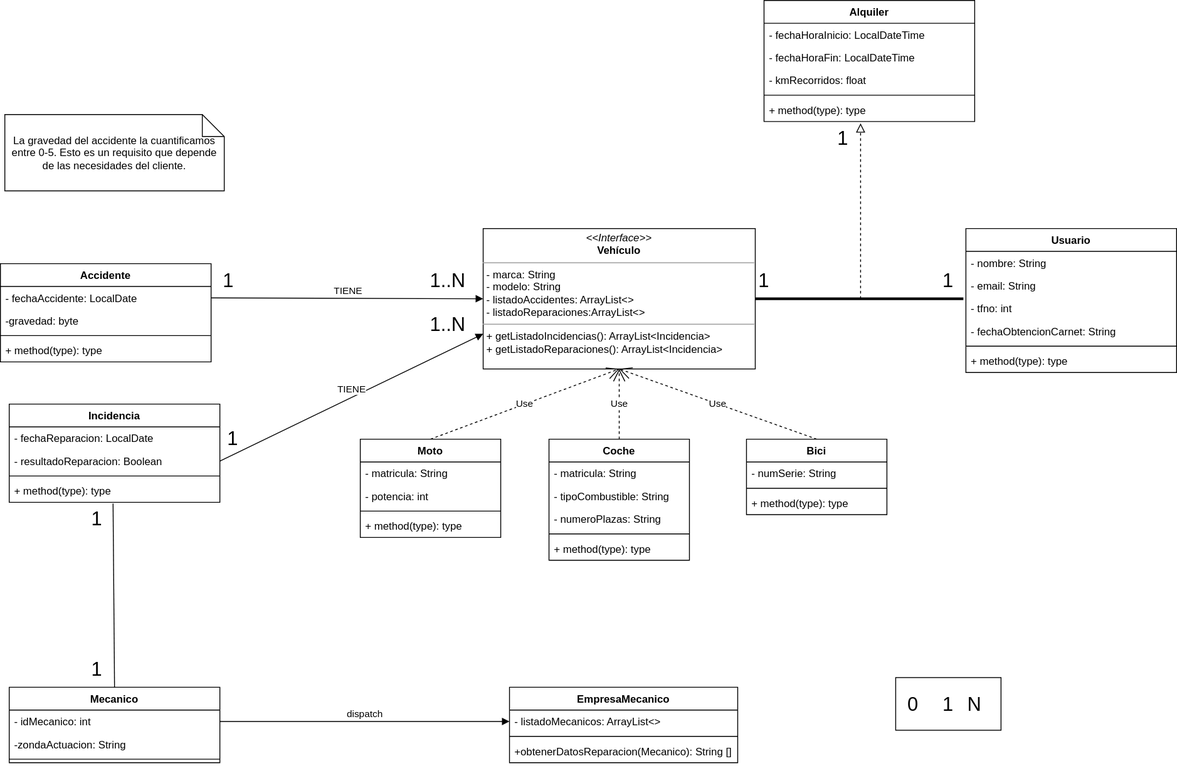
Earlier version of the draw.io export 02_Segundo Trimestre/Examen-Tercer_Trimestre/Ejercicio_01/Diagramas UML/UML-Ejercicio1-Parte1.drawio.svg (MateoCarballo/Contornos). Source tidied: cells renumbered, new cells last; positions are measured from the earlier drawing's top-left corner, leaving out a move shared by most shapes.
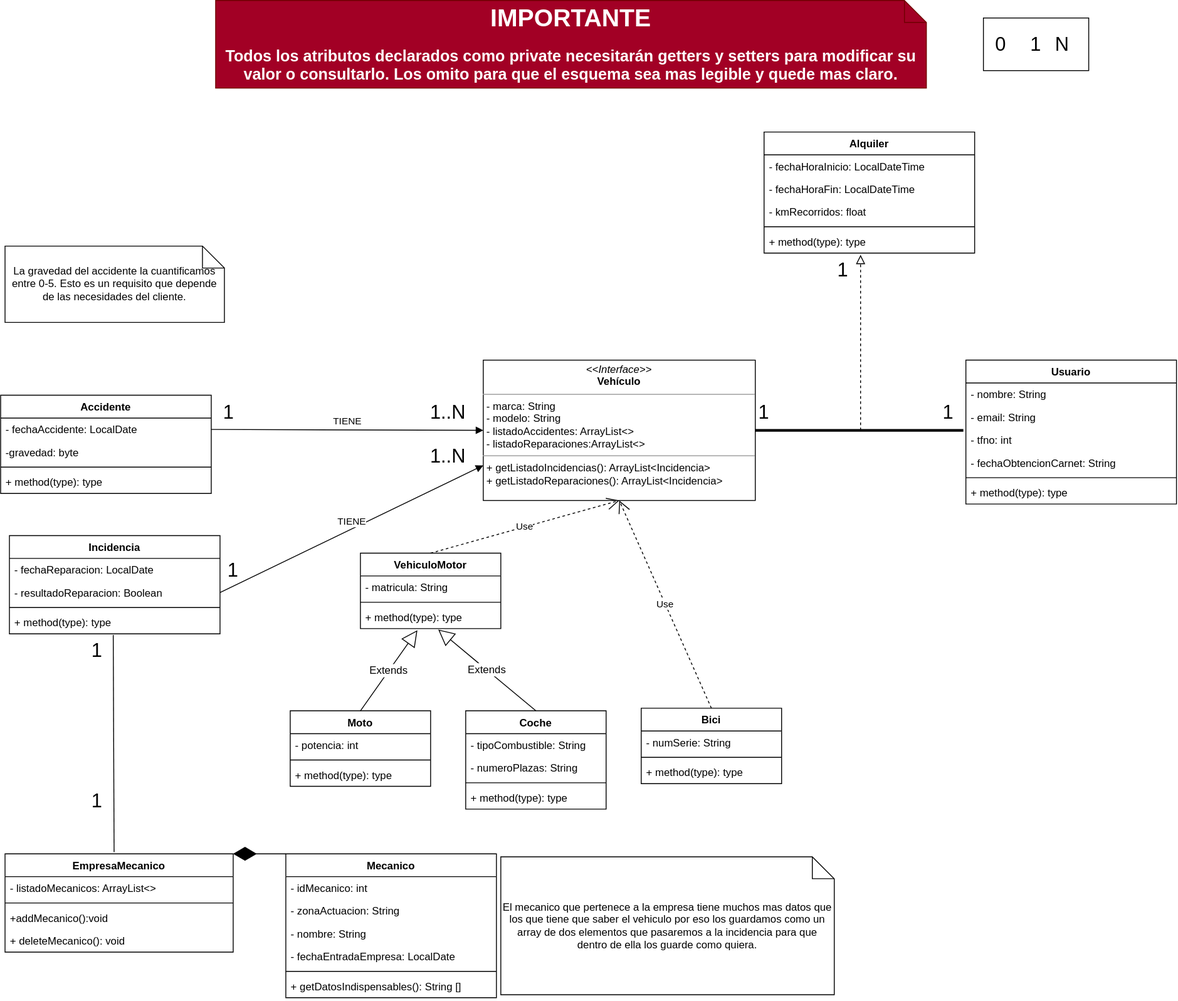
The same diagram one commit later.

Commit message:
Seguimos trabajando en el UML

Diff of the diagram source:
```diff
@@ -3,40 +3,34 @@
     <mxCell id="0" />
     <mxCell id="1" parent="0" />
     <mxCell id="2" value="Moto&#10;" style="swimlane;fontStyle=1;align=center;verticalAlign=top;horizontal=1;startSize=26;labelBackgroundColor=none;labelBorderColor=none;swimlaneFillColor=default;" parent="1" vertex="1">
-      <mxGeometry x="410" y="500" width="160" height="112" as="geometry" />
+      <mxGeometry x="330" y="659.8" width="160" height="86" as="geometry" />
     </mxCell>
-    <mxCell id="3" value="- matricula: String" style="text;strokeColor=none;fillColor=none;align=left;verticalAlign=top;spacingLeft=4;spacingRight=4;overflow=hidden;labelBackgroundColor=default;" parent="2" vertex="1">
-      <mxGeometry y="26" width="160" height="26" as="geometry" />
-    </mxCell>
     <mxCell id="4" value="- potencia: int" style="text;strokeColor=none;fillColor=none;align=left;verticalAlign=top;spacingLeft=4;spacingRight=4;overflow=hidden;labelBackgroundColor=default;" parent="2" vertex="1">
-      <mxGeometry y="52" width="160" height="26" as="geometry" />
+      <mxGeometry y="26" width="160" height="26" as="geometry" />
     </mxCell>
     <mxCell id="5" style="line;strokeWidth=1;fillColor=none;align=left;verticalAlign=middle;spacingTop=-1;spacingLeft=3;spacingRight=3;labelPosition=right;strokeColor=inherit;" parent="2" vertex="1">
-      <mxGeometry y="78" width="160" height="8" as="geometry" />
+      <mxGeometry y="52" width="160" height="8" as="geometry" />
     </mxCell>
     <mxCell id="6" value="+ method(type): type" style="text;strokeColor=none;fillColor=none;align=left;verticalAlign=top;spacingLeft=4;spacingRight=4;overflow=hidden;" parent="2" vertex="1">
-      <mxGeometry y="86" width="160" height="26" as="geometry" />
+      <mxGeometry y="60" width="160" height="26" as="geometry" />
     </mxCell>
     <mxCell id="7" value="Coche" style="swimlane;fontStyle=1;align=center;verticalAlign=top;horizontal=1;startSize=26;labelBackgroundColor=none;labelBorderColor=none;swimlaneFillColor=default;" parent="1" vertex="1">
-      <mxGeometry x="625" y="500" width="160" height="138" as="geometry" />
+      <mxGeometry x="530" y="659.8" width="160" height="112" as="geometry" />
     </mxCell>
-    <mxCell id="8" value="- matricula: String " style="text;strokeColor=none;fillColor=none;align=left;verticalAlign=top;spacingLeft=4;spacingRight=4;overflow=hidden;labelBackgroundColor=default;" parent="7" vertex="1">
-      <mxGeometry y="26" width="160" height="26" as="geometry" />
-    </mxCell>
     <mxCell id="9" value="- tipoCombustible: String" style="text;strokeColor=none;fillColor=none;align=left;verticalAlign=top;spacingLeft=4;spacingRight=4;overflow=hidden;labelBackgroundColor=default;" parent="7" vertex="1">
-      <mxGeometry y="52" width="160" height="26" as="geometry" />
+      <mxGeometry y="26" width="160" height="26" as="geometry" />
     </mxCell>
     <mxCell id="10" value="- numeroPlazas: String" style="text;strokeColor=none;fillColor=none;align=left;verticalAlign=top;spacingLeft=4;spacingRight=4;overflow=hidden;labelBackgroundColor=default;" parent="7" vertex="1">
-      <mxGeometry y="78" width="160" height="26" as="geometry" />
+      <mxGeometry y="52" width="160" height="26" as="geometry" />
     </mxCell>
     <mxCell id="11" style="line;strokeWidth=1;fillColor=none;align=left;verticalAlign=middle;spacingTop=-1;spacingLeft=3;spacingRight=3;labelPosition=right;strokeColor=inherit;" parent="7" vertex="1">
-      <mxGeometry y="104" width="160" height="8" as="geometry" />
+      <mxGeometry y="78" width="160" height="8" as="geometry" />
     </mxCell>
     <mxCell id="12" value="+ method(type): type" style="text;strokeColor=none;fillColor=none;align=left;verticalAlign=top;spacingLeft=4;spacingRight=4;overflow=hidden;" parent="7" vertex="1">
-      <mxGeometry y="112" width="160" height="26" as="geometry" />
+      <mxGeometry y="86" width="160" height="26" as="geometry" />
     </mxCell>
     <mxCell id="13" value="Bici" style="swimlane;fontStyle=1;align=center;verticalAlign=top;horizontal=1;startSize=26;labelBackgroundColor=none;labelBorderColor=none;swimlaneFillColor=default;" parent="1" vertex="1">
-      <mxGeometry x="850" y="500" width="160" height="86" as="geometry" />
+      <mxGeometry x="730" y="656.8" width="160" height="86" as="geometry" />
     </mxCell>
     <mxCell id="14" value="- numSerie: String" style="text;strokeColor=none;fillColor=none;align=left;verticalAlign=top;spacingLeft=4;spacingRight=4;overflow=hidden;labelBackgroundColor=default;" parent="13" vertex="1">
       <mxGeometry y="26" width="160" height="26" as="geometry" />
@@ -134,12 +128,6 @@
         </Array>
       </mxGeometry>
     </mxCell>
-    <mxCell id="44" value="Use" style="endArrow=open;endSize=12;dashed=1;html=1;entryX=0.5;entryY=1;entryDx=0;entryDy=0;exitX=0.5;exitY=0;exitDx=0;exitDy=0;" parent="1" edge="1" source="2" target="17">
-      <mxGeometry relative="1" as="geometry" />
-    </mxCell>
-    <mxCell id="45" value="Use" style="endArrow=open;endSize=12;dashed=1;html=1;entryX=0.5;entryY=1;entryDx=0;entryDy=0;exitX=0.5;exitY=0;exitDx=0;exitDy=0;" parent="1" edge="1" source="7" target="17">
-      <mxGeometry relative="1" as="geometry" />
-    </mxCell>
     <mxCell id="46" value="Use" style="endArrow=open;endSize=12;dashed=1;html=1;entryX=0.5;entryY=1;entryDx=0;entryDy=0;exitX=0.5;exitY=0;exitDx=0;exitDy=0;" parent="1" edge="1" source="13" target="17">
       <mxGeometry relative="1" as="geometry" />
     </mxCell>
@@ -150,16 +138,16 @@
       <mxGeometry relative="1" as="geometry" />
     </mxCell>
     <mxCell id="49" style="rounded=0;whiteSpace=wrap;html=1;labelBackgroundColor=none;labelBorderColor=none;fontSize=22;fontColor=default;" parent="1" vertex="1">
-      <mxGeometry x="1020" y="771.8" width="120" height="60" as="geometry" />
+      <mxGeometry x="1120" y="-130" width="120" height="60" as="geometry" />
     </mxCell>
     <mxCell id="50" value="0" style="text;html=1;strokeColor=none;fillColor=none;align=center;verticalAlign=middle;whiteSpace=wrap;rounded=0;labelBackgroundColor=default;labelBorderColor=none;horizontal=1;fontSize=22;" parent="1" vertex="1">
-      <mxGeometry x="1020" y="782.8" width="40" height="40" as="geometry" />
+      <mxGeometry x="1120" y="-119" width="40" height="40" as="geometry" />
     </mxCell>
     <mxCell id="51" value="1" style="text;html=1;strokeColor=none;fillColor=none;align=center;verticalAlign=middle;whiteSpace=wrap;rounded=0;labelBackgroundColor=default;labelBorderColor=none;fontSize=22;" parent="1" vertex="1">
-      <mxGeometry x="1060" y="782.8" width="40" height="40" as="geometry" />
+      <mxGeometry x="1160" y="-119" width="40" height="40" as="geometry" />
     </mxCell>
     <mxCell id="52" value="N" style="text;html=1;strokeColor=none;fillColor=none;align=center;verticalAlign=middle;whiteSpace=wrap;rounded=0;labelBackgroundColor=default;labelBorderColor=none;fontSize=22;" parent="1" vertex="1">
-      <mxGeometry x="1090" y="782.8" width="40" height="40" as="geometry" />
+      <mxGeometry x="1190" y="-119" width="40" height="40" as="geometry" />
     </mxCell>
     <mxCell id="53" value="1" style="text;html=1;strokeColor=none;fillColor=none;align=center;verticalAlign=middle;whiteSpace=wrap;rounded=0;labelBackgroundColor=default;labelBorderColor=none;fontSize=22;" parent="1" vertex="1">
       <mxGeometry x="850" y="300" width="40" height="40" as="geometry" />
@@ -171,7 +159,7 @@
       <mxGeometry x="940" y="138" width="40" height="40" as="geometry" />
     </mxCell>
     <mxCell id="56" value="EmpresaMecanico" style="swimlane;fontStyle=1;align=center;verticalAlign=top;horizontal=1;startSize=26;labelBackgroundColor=none;labelBorderColor=none;swimlaneFillColor=default;" parent="1" vertex="1">
-      <mxGeometry x="580" y="782.8" width="260" height="86" as="geometry" />
+      <mxGeometry x="5" y="822.8" width="260" height="112" as="geometry" />
     </mxCell>
     <mxCell id="57" value="- listadoMecanicos: ArrayList&lt;&gt;" style="text;strokeColor=none;fillColor=none;align=left;verticalAlign=top;spacingLeft=4;spacingRight=4;overflow=hidden;points=[[0,0.5],[1,0.5]];portConstraint=eastwest;labelBackgroundColor=default;" parent="56" vertex="1">
       <mxGeometry y="26" width="260" height="26" as="geometry" />
@@ -179,25 +167,13 @@
     <mxCell id="58" style="line;strokeWidth=1;fillColor=none;align=left;verticalAlign=middle;spacingTop=-1;spacingLeft=3;spacingRight=3;labelPosition=right;strokeColor=inherit;" parent="56" vertex="1">
       <mxGeometry y="52" width="260" height="8" as="geometry" />
     </mxCell>
-    <mxCell id="59" value="+obtenerDatosReparacion(Mecanico): String []" style="text;strokeColor=none;fillColor=none;align=left;verticalAlign=top;spacingLeft=4;spacingRight=4;overflow=hidden;" parent="56" vertex="1">
+    <mxCell id="59" value="+addMecanico():void" style="text;strokeColor=none;fillColor=none;align=left;verticalAlign=top;spacingLeft=4;spacingRight=4;overflow=hidden;" parent="56" vertex="1">
       <mxGeometry y="60" width="260" height="26" as="geometry" />
     </mxCell>
-    <mxCell id="60" value="Mecanico" style="swimlane;fontStyle=1;align=center;verticalAlign=top;horizontal=1;startSize=26;labelBackgroundColor=none;labelBorderColor=none;swimlaneFillColor=default;" parent="1" vertex="1">
-      <mxGeometry x="10" y="782.8" width="240" height="86" as="geometry" />
-    </mxCell>
-    <mxCell id="61" value="- idMecanico: int " style="text;strokeColor=none;fillColor=none;align=left;verticalAlign=top;spacingLeft=4;spacingRight=4;overflow=hidden;points=[[0,0.5],[1,0.5]];portConstraint=eastwest;labelBackgroundColor=default;" parent="60" vertex="1">
-      <mxGeometry y="26" width="240" height="26" as="geometry" />
-    </mxCell>
-    <mxCell id="62" value="-zondaActuacion: String" style="text;strokeColor=none;fillColor=none;align=left;verticalAlign=top;spacingLeft=4;spacingRight=4;overflow=hidden;labelBackgroundColor=default;" parent="60" vertex="1">
-      <mxGeometry y="52" width="240" height="26" as="geometry" />
-    </mxCell>
-    <mxCell id="63" style="line;strokeWidth=1;fillColor=none;align=left;verticalAlign=middle;spacingTop=-1;spacingLeft=3;spacingRight=3;labelPosition=right;strokeColor=inherit;" parent="60" vertex="1">
-      <mxGeometry y="78" width="240" height="8" as="geometry" />
-    </mxCell>
-    <mxCell id="64" value="dispatch" style="html=1;verticalAlign=bottom;endArrow=block;exitX=1;exitY=0.5;exitDx=0;exitDy=0;entryX=0;entryY=0.5;entryDx=0;entryDy=0;" parent="1" edge="1" source="61" target="57">
-      <mxGeometry relative="1" as="geometry" />
-    </mxCell>
+    <mxCell id="72" value="+ deleteMecanico(): void" style="text;strokeColor=none;fillColor=none;align=left;verticalAlign=top;spacingLeft=4;spacingRight=4;overflow=hidden;" parent="56" vertex="1">
+      <mxGeometry y="86" width="260" height="26" as="geometry" />
+    </mxCell>
-    <mxCell id="65" style="endArrow=none;html=1;fontSize=22;fontColor=default;entryX=0.493;entryY=1.051;entryDx=0;entryDy=0;entryPerimeter=0;exitX=0.5;exitY=0;exitDx=0;exitDy=0;" parent="1" edge="1" source="60" target="35">
+    <mxCell id="65" style="endArrow=none;html=1;fontSize=22;fontColor=default;entryX=0.493;entryY=1.051;entryDx=0;entryDy=0;entryPerimeter=0;exitX=0.478;exitY=-0.017;exitDx=0;exitDy=0;exitPerimeter=0;" parent="1" edge="1" source="56" target="35">
       <mxGeometry relative="1" as="geometry" />
     </mxCell>
     <mxCell id="66" value="1" style="text;html=1;strokeColor=none;fillColor=none;align=center;verticalAlign=middle;whiteSpace=wrap;rounded=0;labelBackgroundColor=default;labelBorderColor=none;fontSize=22;" parent="1" vertex="1">
@@ -218,5 +194,56 @@
     <mxCell id="71" value="1..N" style="text;html=1;strokeColor=none;fillColor=none;align=center;verticalAlign=middle;whiteSpace=wrap;rounded=0;labelBackgroundColor=default;labelBorderColor=none;fontSize=22;" parent="1" vertex="1">
       <mxGeometry x="490" y="350" width="40" height="40" as="geometry" />
     </mxCell>
+    <mxCell id="73" style="endArrow=diamondThin;endFill=1;endSize=24;html=1;fontSize=12;fontColor=default;exitX=0;exitY=0;exitDx=0;exitDy=0;entryX=1;entryY=0;entryDx=0;entryDy=0;" parent="1" edge="1" source="60" target="56">
+      <mxGeometry relative="1" as="geometry" />
+    </mxCell>
+    <mxCell id="60" value="Mecanico" style="swimlane;fontStyle=1;align=center;verticalAlign=top;horizontal=1;startSize=26;labelBackgroundColor=none;labelBorderColor=none;swimlaneFillColor=default;" parent="1" vertex="1">
+      <mxGeometry x="325" y="822.8" width="240" height="164" as="geometry" />
+    </mxCell>
+    <mxCell id="61" value="- idMecanico: int" style="text;strokeColor=none;fillColor=none;align=left;verticalAlign=top;spacingLeft=4;spacingRight=4;overflow=hidden;points=[[0,0.5],[1,0.5]];portConstraint=eastwest;labelBackgroundColor=default;" parent="60" vertex="1">
+      <mxGeometry y="26" width="240" height="26" as="geometry" />
+    </mxCell>
+    <mxCell id="74" value="- zonaActuacion: String" style="text;strokeColor=none;fillColor=none;align=left;verticalAlign=top;spacingLeft=4;spacingRight=4;overflow=hidden;labelBackgroundColor=default;" parent="60" vertex="1">
+      <mxGeometry y="52" width="240" height="26" as="geometry" />
+    </mxCell>
+    <mxCell id="75" value="- nombre: String" style="text;strokeColor=none;fillColor=none;align=left;verticalAlign=top;spacingLeft=4;spacingRight=4;overflow=hidden;labelBackgroundColor=default;" parent="60" vertex="1">
+      <mxGeometry y="78" width="240" height="26" as="geometry" />
+    </mxCell>
+    <mxCell id="76" value="- fechaEntradaEmpresa: LocalDate" style="text;strokeColor=none;fillColor=none;align=left;verticalAlign=top;spacingLeft=4;spacingRight=4;overflow=hidden;labelBackgroundColor=default;" parent="60" vertex="1">
+      <mxGeometry y="104" width="240" height="26" as="geometry" />
+    </mxCell>
+    <mxCell id="77" style="line;strokeWidth=1;fillColor=none;align=left;verticalAlign=middle;spacingTop=-1;spacingLeft=3;spacingRight=3;labelPosition=right;strokeColor=inherit;" parent="60" vertex="1">
+      <mxGeometry y="130" width="240" height="8" as="geometry" />
+    </mxCell>
+    <mxCell id="78" value="+ getDatosIndispensables(): String []" style="text;strokeColor=none;fillColor=none;align=left;verticalAlign=top;spacingLeft=4;spacingRight=4;overflow=hidden;" parent="60" vertex="1">
+      <mxGeometry y="138" width="240" height="26" as="geometry" />
+    </mxCell>
+    <mxCell id="79" value="El mecanico que pertenece a la empresa tiene muchos mas datos que los que tiene que saber el vehiculo por eso los guardamos como un array de dos elementos que pasaremos a la incidencia para que dentro de ella los guarde como quiera." style="shape=note2;boundedLbl=1;whiteSpace=wrap;html=1;size=25;verticalAlign=middle;align=center;labelBackgroundColor=none;labelBorderColor=none;" parent="1" vertex="1">
+      <mxGeometry x="570" y="826.1" width="380" height="157.2" as="geometry" />
+    </mxCell>
+    <mxCell id="80" value="VehiculoMotor" style="swimlane;fontStyle=1;align=center;verticalAlign=top;horizontal=1;startSize=26;labelBackgroundColor=none;labelBorderColor=none;swimlaneFillColor=default;" parent="1" vertex="1">
+      <mxGeometry x="410" y="480" width="160" height="86" as="geometry" />
+    </mxCell>
+    <mxCell id="8" value="- matricula: String " style="text;strokeColor=none;fillColor=none;align=left;verticalAlign=top;spacingLeft=4;spacingRight=4;overflow=hidden;labelBackgroundColor=default;" parent="80" vertex="1">
+      <mxGeometry y="26" width="160" height="26" as="geometry" />
+    </mxCell>
+    <mxCell id="81" style="line;strokeWidth=1;fillColor=none;align=left;verticalAlign=middle;spacingTop=-1;spacingLeft=3;spacingRight=3;labelPosition=right;strokeColor=inherit;" parent="80" vertex="1">
+      <mxGeometry y="52" width="160" height="8" as="geometry" />
+    </mxCell>
+    <mxCell id="82" value="+ method(type): type" style="text;strokeColor=none;fillColor=none;align=left;verticalAlign=top;spacingLeft=4;spacingRight=4;overflow=hidden;points=[[0,0.5],[1,0.5]];portConstraint=eastwest;" parent="80" vertex="1">
+      <mxGeometry y="60" width="160" height="26" as="geometry" />
+    </mxCell>
+    <mxCell id="83" value="Use" style="endArrow=open;endSize=12;dashed=1;html=1;entryX=0.5;entryY=1;entryDx=0;entryDy=0;exitX=0.5;exitY=0;exitDx=0;exitDy=0;" parent="1" edge="1" source="80" target="17">
+      <mxGeometry relative="1" as="geometry" />
+    </mxCell>
+    <mxCell id="84" value="Extends" style="endArrow=block;endSize=16;endFill=0;html=1;fontSize=12;fontColor=default;exitX=0.5;exitY=0;exitDx=0;exitDy=0;entryX=0.406;entryY=1.07;entryDx=0;entryDy=0;entryPerimeter=0;" parent="1" edge="1" source="2" target="82">
+      <mxGeometry relative="1" as="geometry" />
+    </mxCell>
+    <mxCell id="85" value="Extends" style="endArrow=block;endSize=16;endFill=0;html=1;fontSize=12;fontColor=default;exitX=0.5;exitY=0;exitDx=0;exitDy=0;entryX=0.554;entryY=1.041;entryDx=0;entryDy=0;entryPerimeter=0;" parent="1" edge="1" source="7" target="82">
+      <mxGeometry relative="1" as="geometry" />
+    </mxCell>
+    <mxCell id="86" value="&lt;b style=&quot;&quot;&gt;&lt;font style=&quot;&quot;&gt;&lt;font style=&quot;font-size: 28px;&quot;&gt;IMPORTANTE&lt;/font&gt;&lt;br&gt;&lt;br&gt;&lt;span style=&quot;font-size: 18px;&quot;&gt;Todos los atributos declarados como private necesitarán getters y setters para modificar su valor o consultarlo. Los omito para que el esquema sea mas legible y quede mas claro.&lt;/span&gt;&lt;/font&gt;&lt;/b&gt;" style="shape=note2;boundedLbl=1;whiteSpace=wrap;html=1;size=25;verticalAlign=middle;align=center;labelBackgroundColor=none;labelBorderColor=none;fontSize=13;fillColor=#a20025;fontColor=#ffffff;strokeColor=#6F0000;" parent="1" vertex="1">
+      <mxGeometry x="245" y="-150" width="810" height="100" as="geometry" />
+    </mxCell>
   </root>
 </mxGraphModel>
```
